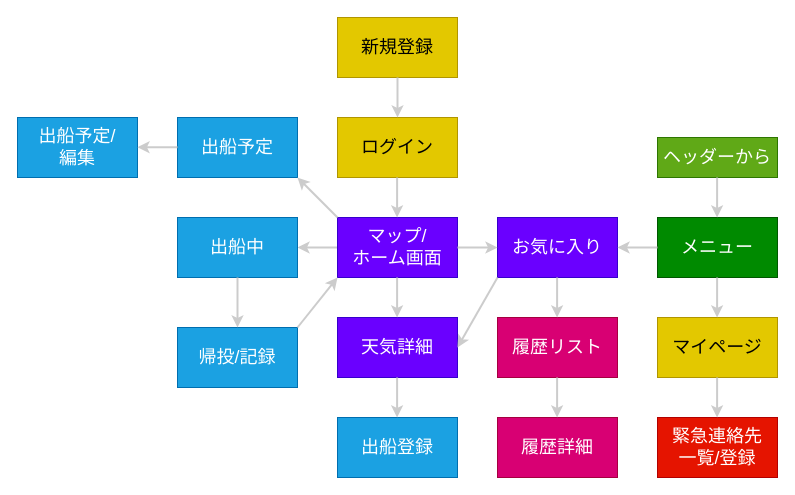
The draw.io diagram 開発設計書/UI/画面遷移図.drawio in ragna1123/safety_kayak_fishing_documents, before the edit. Source tidied: cells renumbered, new cells numbered last; positions are measured from the earlier drawing's top-left corner, leaving out a move shared by most shapes. Both pictures are drawn from the tidied source at 100%, with x=0, y=0 at pixel (17, 17).
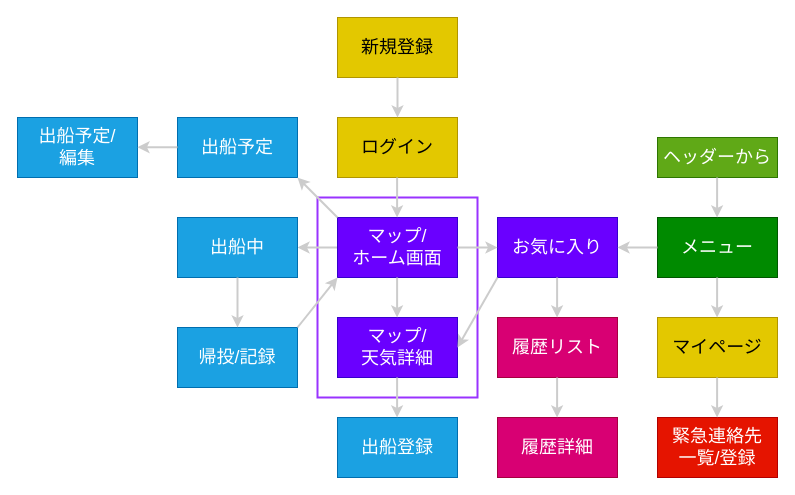
Above is the later version.

What changed in the source:
```diff
@@
+    <mxCell id="35" style="rounded=0;whiteSpace=wrap;html=1;strokeColor=#9933FF;fillColor=none;strokeWidth=2;" parent="1" vertex="1">
+      <mxGeometry x="300" y="180" width="160" height="200" as="geometry" />
+    </mxCell>
@@
-    <mxCell id="5" value="天気詳細" style="rounded=0;whiteSpace=wrap;html=1;fontSize=18;fillColor=#6a00ff;fontColor=#ffffff;strokeColor=#3700CC;" parent="1" vertex="1">
+    <mxCell id="5" value="マップ/&lt;br&gt;天気詳細" style="rounded=0;whiteSpace=wrap;html=1;fontSize=18;fillColor=#6a00ff;fontColor=#ffffff;strokeColor=#3700CC;" parent="1" vertex="1">
       <mxGeometry x="320" y="300" width="120" height="60" as="geometry" />
     </mxCell>
```
